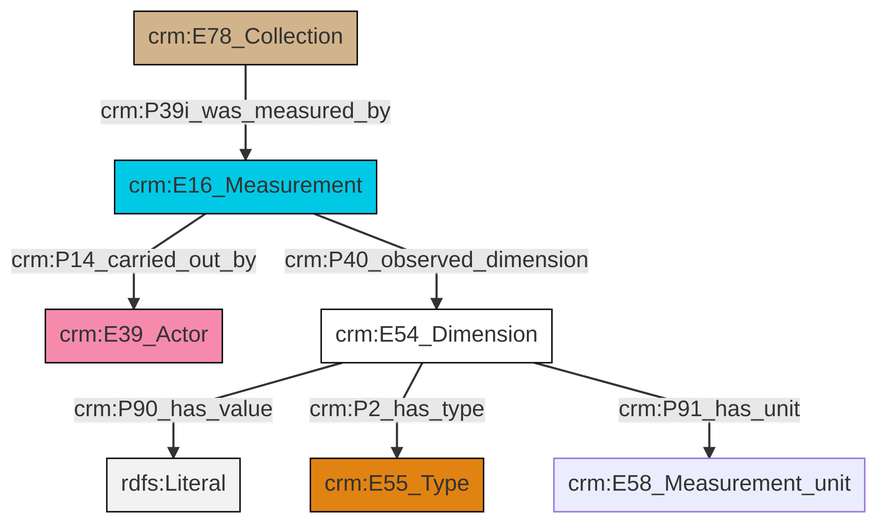
The Mermaid diagram et/archivalCSV/ttl/mmd/png/archival_substance.png in swiss-art-research-net/docs.swissartresearch, before a commit. Its source is kept beside it as et/archivalCSV/ttl/mmd/archival_substance.ttl.mmd.
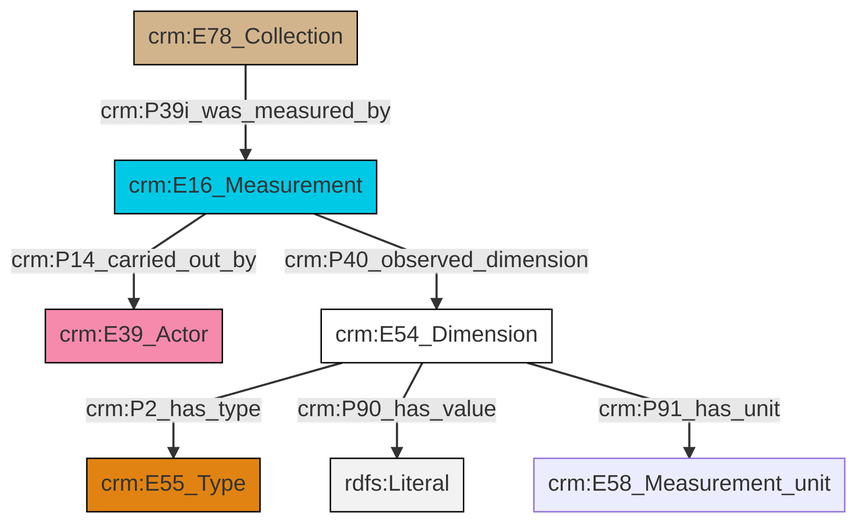
The same file after the commit.

What changed in the source:
```diff
@@ -13,9 +13,9 @@
 classDef PC_Classes fill:#4ce600, stroke:#000000;
 classDef Multi fill:#cccccc,stroke:#000000;
 
-4["crm:E54_Dimension"]:::CRM_Entity -->|crm:P90_has_value| 5[rdfs:Literal]:::Literal
-7["crm:E16_Measurement"]:::Temporal_Entity -->|crm:P40_observed_dimension| 4["crm:E54_Dimension"]:::CRM_Entity
-4["crm:E54_Dimension"]:::CRM_Entity -->|crm:P2_has_type| 10["crm:E55_Type"]:::Type
-7["crm:E16_Measurement"]:::Temporal_Entity -->|crm:P14_carried_out_by| 2["crm:E39_Actor"]:::Actor
-8["crm:E78_Collection"]:::Physical_Thing -->|crm:P39i_was_measured_by| 7["crm:E16_Measurement"]:::Temporal_Entity
-4["crm:E54_Dimension"]:::CRM_Entity -->|crm:P91_has_unit| 0["crm:E58_Measurement_unit"]:::Default
+0["crm:E16_Measurement"]:::Temporal_Entity -->|crm:P14_carried_out_by| 1["crm:E39_Actor"]:::Actor
+2["crm:E54_Dimension"]:::CRM_Entity -->|crm:P2_has_type| 4["crm:E55_Type"]:::Type
+6["crm:E78_Collection"]:::Physical_Thing -->|crm:P39i_was_measured_by| 0["crm:E16_Measurement"]:::Temporal_Entity
+0["crm:E16_Measurement"]:::Temporal_Entity -->|crm:P40_observed_dimension| 2["crm:E54_Dimension"]:::CRM_Entity
+2["crm:E54_Dimension"]:::CRM_Entity -->|crm:P90_has_value| 7[rdfs:Literal]:::Literal
+2["crm:E54_Dimension"]:::CRM_Entity -->|crm:P91_has_unit| 10["crm:E58_Measurement_unit"]:::Default
```
